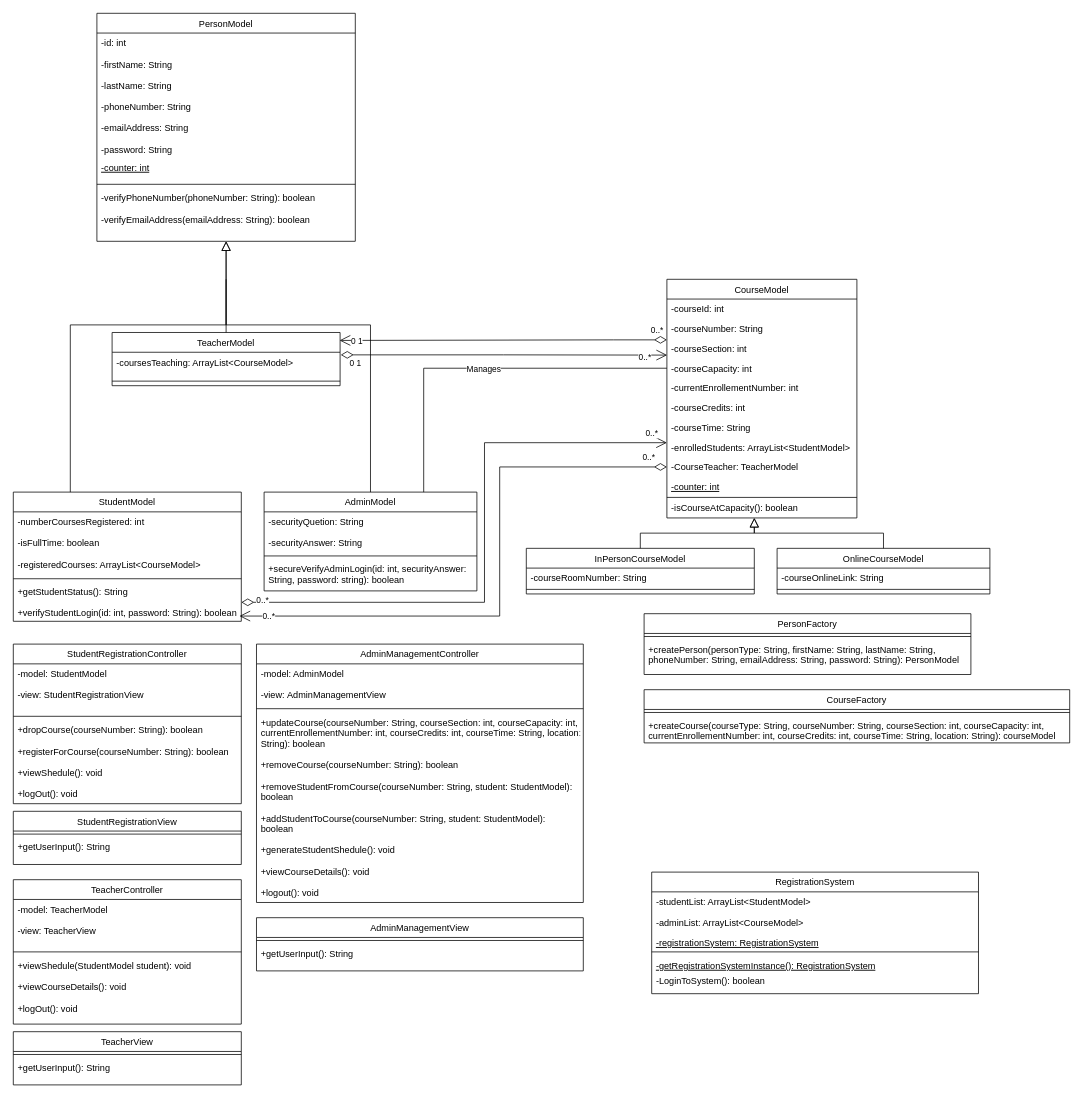
This is Deliverable_1/ClassDiagram/ClassDiagram.drawio from adarsh8114/Programming-Patterns-Project, a draw.io file, before an edit. Source tidied: cells renumbered, new cells numbered last; positions are measured from the earlier drawing's top-left corner, leaving out a move shared by most shapes. Both pictures are drawn from the tidied source at 76%, with x=0, y=0 at pixel (13, 13).
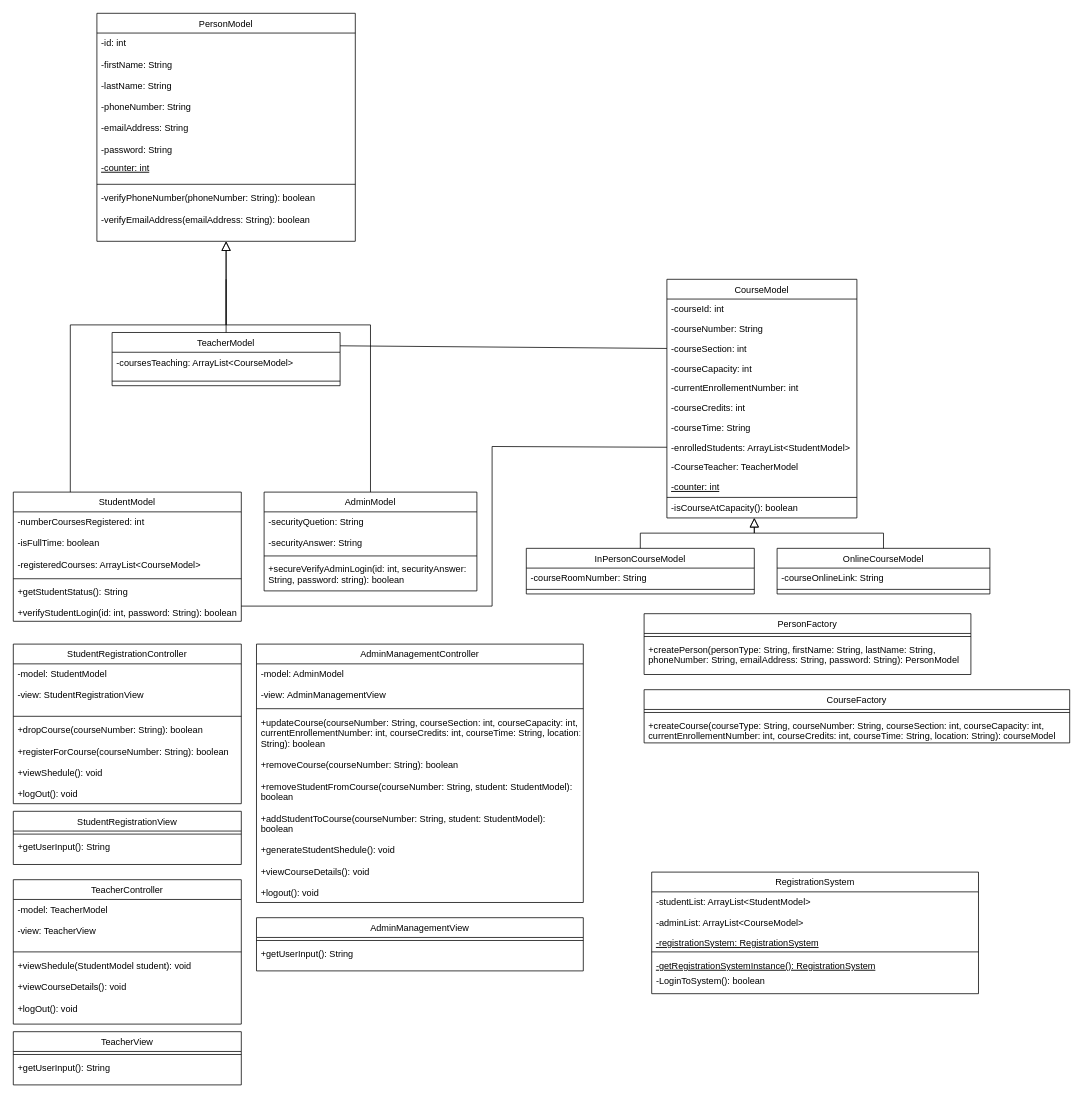
After the change.

Unchanged cells that the change refers to:
```xml
<mxCell id="12" value="AdminModel" style="swimlane;fontStyle=0;align=center;verticalAlign=top;horizontal=1;startSize=26;rounded=0;shadow=0;strokeWidth=1;" parent="1" vertex="1">
  <mxGeometry x="330" y="630" width="280" height="130" as="geometry" />
</mxCell>
<mxCell id="20" value="-courseSection: int" style="text;align=left;verticalAlign=top;spacingLeft=4;spacingRight=4;overflow=hidden;points=[[0,0.5],[1,0.5]];portConstraint=eastwest;rounded=0;shadow=0;html=0;" parent="17" vertex="1">
  <mxGeometry y="78" width="250" height="26" as="geometry" />
</mxCell>
<mxCell id="21" value="-courseCapacity: int" style="text;align=left;verticalAlign=top;spacingLeft=4;spacingRight=4;overflow=hidden;points=[[0,0.5],[1,0.5]];portConstraint=eastwest;rounded=0;shadow=0;html=0;" parent="17" vertex="1">
  <mxGeometry y="104" width="250" height="26" as="geometry" />
</mxCell>
<mxCell id="25" value="-enrolledStudents: ArrayList&lt;StudentModel&gt;" style="text;align=left;verticalAlign=top;spacingLeft=4;spacingRight=4;overflow=hidden;points=[[0,0.5],[1,0.5]];portConstraint=eastwest;" parent="17" vertex="1">
  <mxGeometry y="208" width="250" height="26" as="geometry" />
</mxCell>
<mxCell id="73" value="TeacherModel" style="swimlane;fontStyle=0;align=center;verticalAlign=top;horizontal=1;startSize=26;rounded=0;shadow=0;strokeWidth=1;" parent="1" vertex="1">
  <mxGeometry x="130" y="420" width="300" height="70" as="geometry" />
</mxCell>
<mxCell id="74" value="-coursesTeaching: ArrayList&lt;CourseModel&gt;" style="text;align=left;verticalAlign=top;spacingLeft=4;spacingRight=4;overflow=hidden;points=[[0,0.5],[1,0.5]];portConstraint=eastwest;" parent="73" vertex="1">
  <mxGeometry y="26" width="300" height="34" as="geometry" />
</mxCell>
```

Diff of the diagram source:
```diff
@@
-    <mxCell id="45" style="endArrow=none;html=1;edgeStyle=orthogonalEdgeStyle;rounded=0;entryX=0;entryY=0.5;entryDx=0;entryDy=0;exitX=0.75;exitY=0;exitDx=0;exitDy=0;" parent="1" edge="1" source="12" target="21">
-      <mxGeometry relative="1" as="geometry" />
-    </mxCell>
-    <mxCell id="46" value="Manages" style="edgeLabel;html=1;align=center;verticalAlign=middle;" parent="45" vertex="1">
-      <mxGeometry x="0.07" relative="1" as="geometry">
-        <mxPoint x="-17" as="offset" />
-      </mxGeometry>
-    </mxCell>
@@
-    <mxCell id="61" style="endArrow=open;html=1;endSize=12;startArrow=diamondThin;startSize=14;startFill=0;edgeStyle=orthogonalEdgeStyle;align=left;verticalAlign=bottom;rounded=0;" parent="1" edge="1">
-      <mxGeometry x="-1" y="3" relative="1" as="geometry">
-        <mxPoint x="300" y="775" as="sourcePoint" />
-        <mxPoint x="860" y="565" as="targetPoint" />
-        <Array as="points">
-          <mxPoint x="620" y="775" />
-          <mxPoint x="620" y="565" />
-          <mxPoint x="860" y="565" />
-        </Array>
-      </mxGeometry>
-    </mxCell>
-    <mxCell id="62" value="0..*" style="edgeLabel;html=1;align=center;verticalAlign=middle;" parent="61" vertex="1">
-      <mxGeometry x="0.95" relative="1" as="geometry">
-        <mxPoint x="-2" y="-13" as="offset" />
-      </mxGeometry>
-    </mxCell>
-    <mxCell id="63" value="0..*" style="edgeLabel;html=1;align=center;verticalAlign=middle;" parent="61" vertex="1">
-      <mxGeometry x="-0.93" y="4" relative="1" as="geometry" />
-    </mxCell>
-    <mxCell id="64" style="endArrow=open;html=1;endSize=12;startArrow=diamondThin;startSize=14;startFill=0;edgeStyle=orthogonalEdgeStyle;align=left;verticalAlign=bottom;rounded=0;entryX=0.992;entryY=0.733;entryDx=0;entryDy=0;entryPerimeter=0;" parent="1" edge="1">
-      <mxGeometry x="-1" y="3" relative="1" as="geometry">
-        <mxPoint x="860" y="596.9" as="sourcePoint" />
-        <mxPoint x="297.6" y="793.1" as="targetPoint" />
-        <Array as="points">
-          <mxPoint x="860" y="596.9" />
-          <mxPoint x="640" y="596.9" />
-          <mxPoint x="640" y="792.9" />
-        </Array>
-      </mxGeometry>
-    </mxCell>
-    <mxCell id="65" value="0..*" style="edgeLabel;html=1;align=center;verticalAlign=middle;" parent="64" vertex="1">
-      <mxGeometry x="-0.93" y="-3" relative="1" as="geometry">
-        <mxPoint x="2" y="-10" as="offset" />
-      </mxGeometry>
-    </mxCell>
-    <mxCell id="66" value="0..*" style="edgeLabel;html=1;align=center;verticalAlign=middle;" parent="64" vertex="1">
-      <mxGeometry x="0.9" relative="1" as="geometry" />
-    </mxCell>
@@
-    <mxCell id="77" style="endArrow=open;html=1;endSize=12;startArrow=diamondThin;startSize=14;startFill=0;edgeStyle=orthogonalEdgeStyle;align=left;verticalAlign=bottom;rounded=0;entryX=0.998;entryY=0.149;entryDx=0;entryDy=0;entryPerimeter=0;exitX=0;exitY=0.065;exitDx=0;exitDy=0;exitPerimeter=0;" parent="1" edge="1" source="20" target="73">
-      <mxGeometry x="-1" y="3" relative="1" as="geometry">
-        <Array as="points">
-          <mxPoint x="790" y="430" />
-        </Array>
-      </mxGeometry>
-    </mxCell>
-    <mxCell id="78" value="0..*" style="edgeLabel;html=1;align=center;verticalAlign=middle;" parent="77" vertex="1">
-      <mxGeometry x="-0.93" y="-3" relative="1" as="geometry">
-        <mxPoint x="2" y="-10" as="offset" />
-      </mxGeometry>
-    </mxCell>
-    <mxCell id="79" value="0 1" style="edgeLabel;html=1;align=center;verticalAlign=middle;" parent="77" vertex="1">
-      <mxGeometry x="0.9" relative="1" as="geometry" />
-    </mxCell>
-    <mxCell id="80" style="endArrow=open;html=1;endSize=12;startArrow=diamondThin;startSize=14;startFill=0;edgeStyle=orthogonalEdgeStyle;align=left;verticalAlign=bottom;rounded=0;exitX=1.003;exitY=0.101;exitDx=0;exitDy=0;exitPerimeter=0;entryX=0.001;entryY=0.836;entryDx=0;entryDy=0;entryPerimeter=0;" parent="1" edge="1" source="74" target="20">
-      <mxGeometry x="-1" y="3" relative="1" as="geometry">
-        <Array as="points">
-          <mxPoint x="645" y="449" />
-        </Array>
-      </mxGeometry>
-    </mxCell>
-    <mxCell id="81" value="0..*" style="edgeLabel;html=1;align=center;verticalAlign=middle;" parent="80" vertex="1">
-      <mxGeometry x="0.95" relative="1" as="geometry">
-        <mxPoint x="-19" y="3" as="offset" />
-      </mxGeometry>
-    </mxCell>
-    <mxCell id="82" value="0 1" style="edgeLabel;html=1;align=center;verticalAlign=middle;" parent="80" vertex="1">
-      <mxGeometry x="-0.93" y="4" relative="1" as="geometry">
-        <mxPoint x="4" y="14" as="offset" />
-      </mxGeometry>
-    </mxCell>
@@
+    <mxCell id="90" style="endArrow=none;html=1;rounded=0;exitX=1;exitY=0.25;exitDx=0;exitDy=0;entryX=0;entryY=0.5;entryDx=0;entryDy=0;" parent="1" edge="1" source="73" target="20">
+      <mxGeometry relative="1" as="geometry" />
+    </mxCell>
+    <mxCell id="91" style="endArrow=none;html=1;rounded=0;exitX=1;exitY=0.25;exitDx=0;exitDy=0;entryX=0;entryY=0.5;entryDx=0;entryDy=0;" parent="1" edge="1" target="25">
+      <mxGeometry relative="1" as="geometry">
+        <mxPoint x="300" y="780" as="sourcePoint" />
+        <Array as="points">
+          <mxPoint x="630" y="780" />
+          <mxPoint x="630" y="570" />
+        </Array>
+      </mxGeometry>
+    </mxCell>
```
